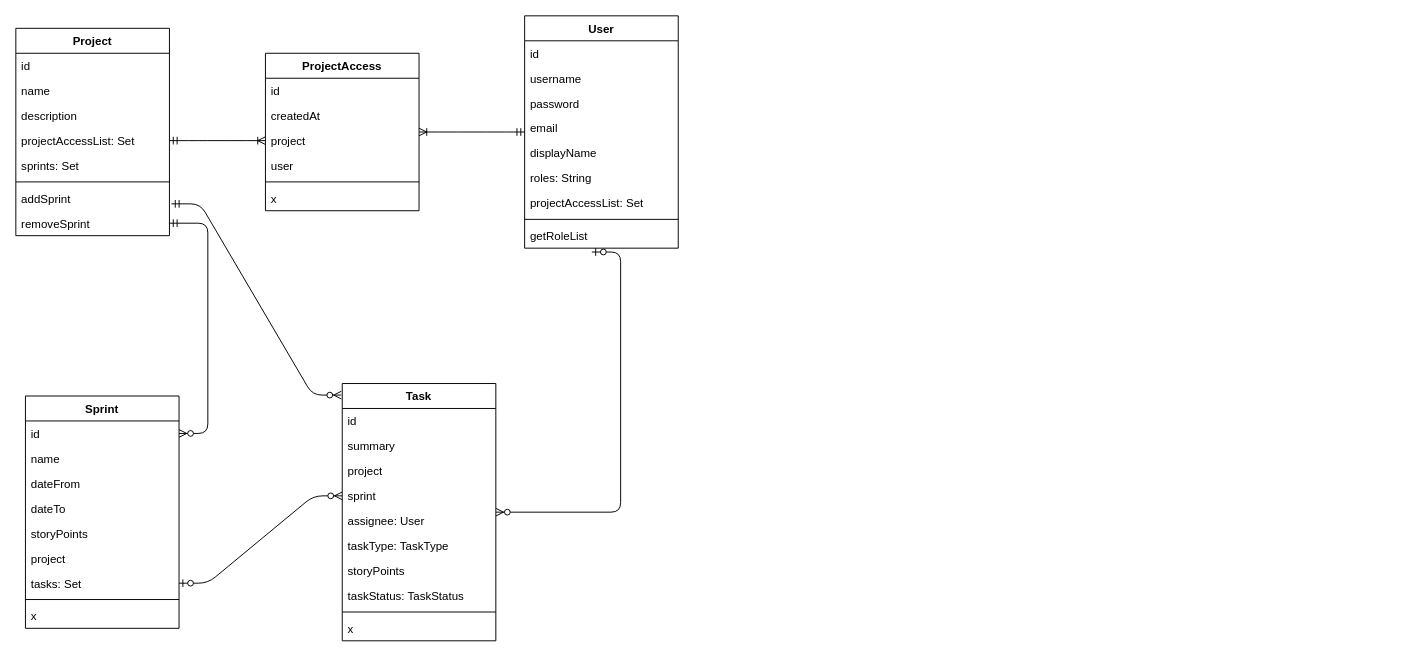
cosminbucur/project-management keeps this draw.io diagram as docs/project mgm.drawio. Above is the earlier version. Source tidied: cells renumbered, new cells numbered last; positions are measured from the earlier drawing's top-left corner, leaving out a move shared by most shapes. Both pictures are drawn from the tidied source at 96%, with x=0, y=0 at pixel (15, 15).
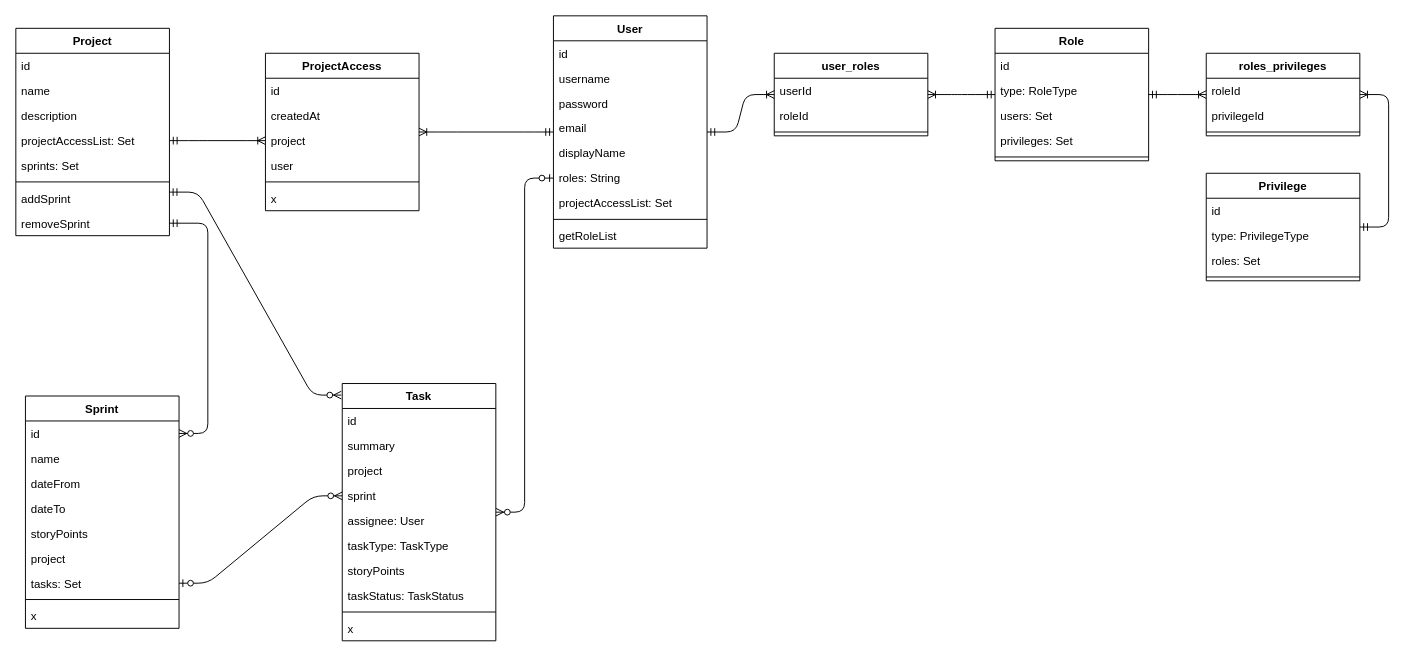
After the change.

The change refers to these unchanged cells:
```xml
<mxCell id="9" value="addSprint" style="text;strokeColor=none;fillColor=none;align=left;verticalAlign=top;spacingLeft=4;spacingRight=4;overflow=hidden;points=[[0,0.5],[1,0.5]];portConstraint=eastwest;" parent="2" vertex="1">
  <mxGeometry y="164" width="160" height="26" as="geometry" />
</mxCell>
<mxCell id="21" value="Task" style="swimlane;fontStyle=1;align=center;verticalAlign=top;horizontal=1;startSize=26;" parent="1" vertex="1">
  <mxGeometry x="340" y="383" width="160" height="268" as="geometry" />
</mxCell>
<mxCell id="38" value="roles: String" style="text;strokeColor=none;fillColor=none;align=left;verticalAlign=top;spacingLeft=4;spacingRight=4;overflow=hidden;points=[[0,0.5],[1,0.5]];portConstraint=eastwest;" parent="32" vertex="1">
  <mxGeometry y="156" width="160" height="26" as="geometry" />
</mxCell>
```

What changed in the source:
```diff
@@
     <mxCell id="32" value="User" style="swimlane;fontStyle=1;align=center;verticalAlign=top;horizontal=1;startSize=26;" parent="1" vertex="1">
-      <mxGeometry x="530" width="160" height="242" as="geometry" />
+      <mxGeometry x="560" width="160" height="242" as="geometry" />
     </mxCell>
@@
-    <mxCell id="53" style="edgeStyle=entityRelationEdgeStyle;fontSize=12;html=1;endArrow=ERzeroToMany;startArrow=ERzeroToOne;" parent="1" edge="1" target="21">
-      <mxGeometry relative="1" as="geometry">
-        <mxPoint x="600" y="246" as="sourcePoint" />
-      </mxGeometry>
+    <mxCell id="53" style="edgeStyle=entityRelationEdgeStyle;fontSize=12;html=1;endArrow=ERzeroToMany;startArrow=ERzeroToOne;" parent="1" edge="1" source="38" target="21">
+      <mxGeometry relative="1" as="geometry" />
     </mxCell>
-    <mxCell id="54" style="edgeStyle=entityRelationEdgeStyle;fontSize=12;html=1;endArrow=ERzeroToMany;startArrow=ERmandOne;exitX=1.013;exitY=0.725;exitDx=0;exitDy=0;exitPerimeter=0;entryX=-0.006;entryY=0.045;entryDx=0;entryDy=0;entryPerimeter=0;" parent="1" edge="1" source="9" target="21">
+    <mxCell id="54" style="edgeStyle=entityRelationEdgeStyle;fontSize=12;html=1;endArrow=ERzeroToMany;startArrow=ERmandOne;exitX=0.999;exitY=0.255;exitDx=0;exitDy=0;exitPerimeter=0;entryX=-0.006;entryY=0.045;entryDx=0;entryDy=0;entryPerimeter=0;" parent="1" edge="1" source="9" target="21">
       <mxGeometry relative="1" as="geometry" />
     </mxCell>
+    <mxCell id="55" value="Role" style="swimlane;fontStyle=1;align=center;verticalAlign=top;horizontal=1;startSize=26;" parent="1" vertex="1">
+      <mxGeometry x="1020" y="13" width="160" height="138" as="geometry" />
+    </mxCell>
+    <mxCell id="56" value="id" style="text;strokeColor=none;fillColor=none;align=left;verticalAlign=top;spacingLeft=4;spacingRight=4;overflow=hidden;" parent="55" vertex="1">
+      <mxGeometry y="26" width="160" height="26" as="geometry" />
+    </mxCell>
+    <mxCell id="57" value="type: RoleType" style="text;strokeColor=none;fillColor=none;align=left;verticalAlign=top;spacingLeft=4;spacingRight=4;overflow=hidden;" parent="55" vertex="1">
+      <mxGeometry y="52" width="160" height="26" as="geometry" />
+    </mxCell>
+    <mxCell id="58" value="users: Set" style="text;strokeColor=none;fillColor=none;align=left;verticalAlign=top;spacingLeft=4;spacingRight=4;overflow=hidden;" parent="55" vertex="1">
+      <mxGeometry y="78" width="160" height="26" as="geometry" />
+    </mxCell>
+    <mxCell id="59" value="privileges: Set" style="text;strokeColor=none;fillColor=none;align=left;verticalAlign=top;spacingLeft=4;spacingRight=4;overflow=hidden;" parent="55" vertex="1">
+      <mxGeometry y="104" width="160" height="26" as="geometry" />
+    </mxCell>
+    <mxCell id="60" style="line;strokeWidth=1;fillColor=none;align=left;verticalAlign=middle;spacingTop=-1;spacingLeft=3;spacingRight=3;labelPosition=right;" parent="55" vertex="1">
+      <mxGeometry y="130" width="160" height="8" as="geometry" />
+    </mxCell>
+    <mxCell id="61" value="Privilege" style="swimlane;fontStyle=1;align=center;verticalAlign=top;horizontal=1;startSize=26;" parent="1" vertex="1">
+      <mxGeometry x="1240" y="164" width="160" height="112" as="geometry" />
+    </mxCell>
+    <mxCell id="62" value="id" style="text;strokeColor=none;fillColor=none;align=left;verticalAlign=top;spacingLeft=4;spacingRight=4;overflow=hidden;" parent="61" vertex="1">
+      <mxGeometry y="26" width="160" height="26" as="geometry" />
+    </mxCell>
+    <mxCell id="63" value="type: PrivilegeType" style="text;strokeColor=none;fillColor=none;align=left;verticalAlign=top;spacingLeft=4;spacingRight=4;overflow=hidden;" parent="61" vertex="1">
+      <mxGeometry y="52" width="160" height="26" as="geometry" />
+    </mxCell>
+    <mxCell id="64" value="roles: Set" style="text;strokeColor=none;fillColor=none;align=left;verticalAlign=top;spacingLeft=4;spacingRight=4;overflow=hidden;" parent="61" vertex="1">
+      <mxGeometry y="78" width="160" height="26" as="geometry" />
+    </mxCell>
+    <mxCell id="65" style="line;strokeWidth=1;fillColor=none;align=left;verticalAlign=middle;spacingTop=-1;spacingLeft=3;spacingRight=3;labelPosition=right;" parent="61" vertex="1">
+      <mxGeometry y="104" width="160" height="8" as="geometry" />
+    </mxCell>
+    <mxCell id="66" value="roles_privileges" style="swimlane;fontStyle=1;align=center;verticalAlign=top;horizontal=1;startSize=26;" parent="1" vertex="1">
+      <mxGeometry x="1240" y="39" width="160" height="86" as="geometry" />
+    </mxCell>
+    <mxCell id="67" value="roleId" style="text;strokeColor=none;fillColor=none;align=left;verticalAlign=top;spacingLeft=4;spacingRight=4;overflow=hidden;" parent="66" vertex="1">
+      <mxGeometry y="26" width="160" height="26" as="geometry" />
+    </mxCell>
+    <mxCell id="68" value="privilegeId" style="text;strokeColor=none;fillColor=none;align=left;verticalAlign=top;spacingLeft=4;spacingRight=4;overflow=hidden;" parent="66" vertex="1">
+      <mxGeometry y="52" width="160" height="26" as="geometry" />
+    </mxCell>
+    <mxCell id="69" style="line;strokeWidth=1;fillColor=none;align=left;verticalAlign=middle;spacingTop=-1;spacingLeft=3;spacingRight=3;labelPosition=right;" parent="66" vertex="1">
+      <mxGeometry y="78" width="160" height="8" as="geometry" />
+    </mxCell>
+    <mxCell id="70" value="user_roles" style="swimlane;fontStyle=1;align=center;verticalAlign=top;horizontal=1;startSize=26;" parent="1" vertex="1">
+      <mxGeometry x="790" y="39" width="160" height="86" as="geometry" />
+    </mxCell>
+    <mxCell id="71" value="userId" style="text;strokeColor=none;fillColor=none;align=left;verticalAlign=top;spacingLeft=4;spacingRight=4;overflow=hidden;" parent="70" vertex="1">
+      <mxGeometry y="26" width="160" height="26" as="geometry" />
+    </mxCell>
+    <mxCell id="72" value="roleId" style="text;strokeColor=none;fillColor=none;align=left;verticalAlign=top;spacingLeft=4;spacingRight=4;overflow=hidden;" parent="70" vertex="1">
+      <mxGeometry y="52" width="160" height="26" as="geometry" />
+    </mxCell>
+    <mxCell id="73" style="line;strokeWidth=1;fillColor=none;align=left;verticalAlign=middle;spacingTop=-1;spacingLeft=3;spacingRight=3;labelPosition=right;" parent="70" vertex="1">
+      <mxGeometry y="78" width="160" height="8" as="geometry" />
+    </mxCell>
+    <mxCell id="74" style="edgeStyle=entityRelationEdgeStyle;fontSize=12;html=1;endArrow=ERoneToMany;startArrow=ERmandOne;" parent="1" edge="1" source="32" target="70">
+      <mxGeometry relative="1" as="geometry" />
+    </mxCell>
+    <mxCell id="75" style="edgeStyle=entityRelationEdgeStyle;fontSize=12;html=1;endArrow=ERoneToMany;startArrow=ERmandOne;" parent="1" edge="1" source="55" target="70">
+      <mxGeometry relative="1" as="geometry" />
+    </mxCell>
+    <mxCell id="76" style="edgeStyle=entityRelationEdgeStyle;fontSize=12;html=1;endArrow=ERoneToMany;startArrow=ERmandOne;" parent="1" edge="1" source="55" target="66">
+      <mxGeometry relative="1" as="geometry" />
+    </mxCell>
+    <mxCell id="77" style="edgeStyle=entityRelationEdgeStyle;fontSize=12;html=1;endArrow=ERoneToMany;startArrow=ERmandOne;" parent="1" edge="1" source="61" target="66">
+      <mxGeometry relative="1" as="geometry" />
+    </mxCell>
```
